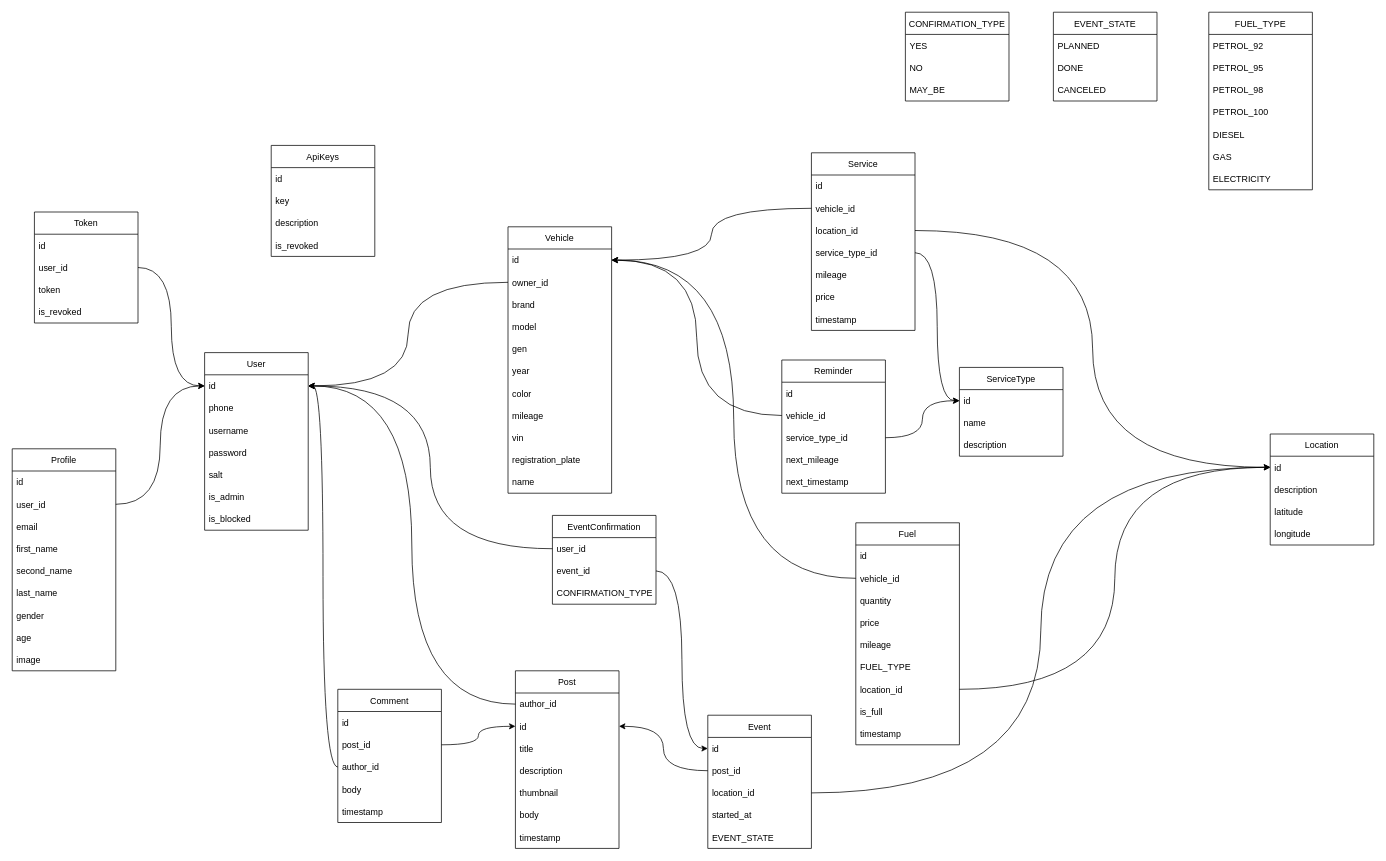
The draw.io diagram page "database models" (1 of 2) of schema.drawio in jadjer/mores, before the edit. Source tidied: cells renumbered, new cells numbered last; positions are measured from the earlier drawing's top-left corner, leaving out a move shared by most shapes. Both pictures are drawn from the tidied source at 74%, with x=0, y=0 at pixel (12, 12).
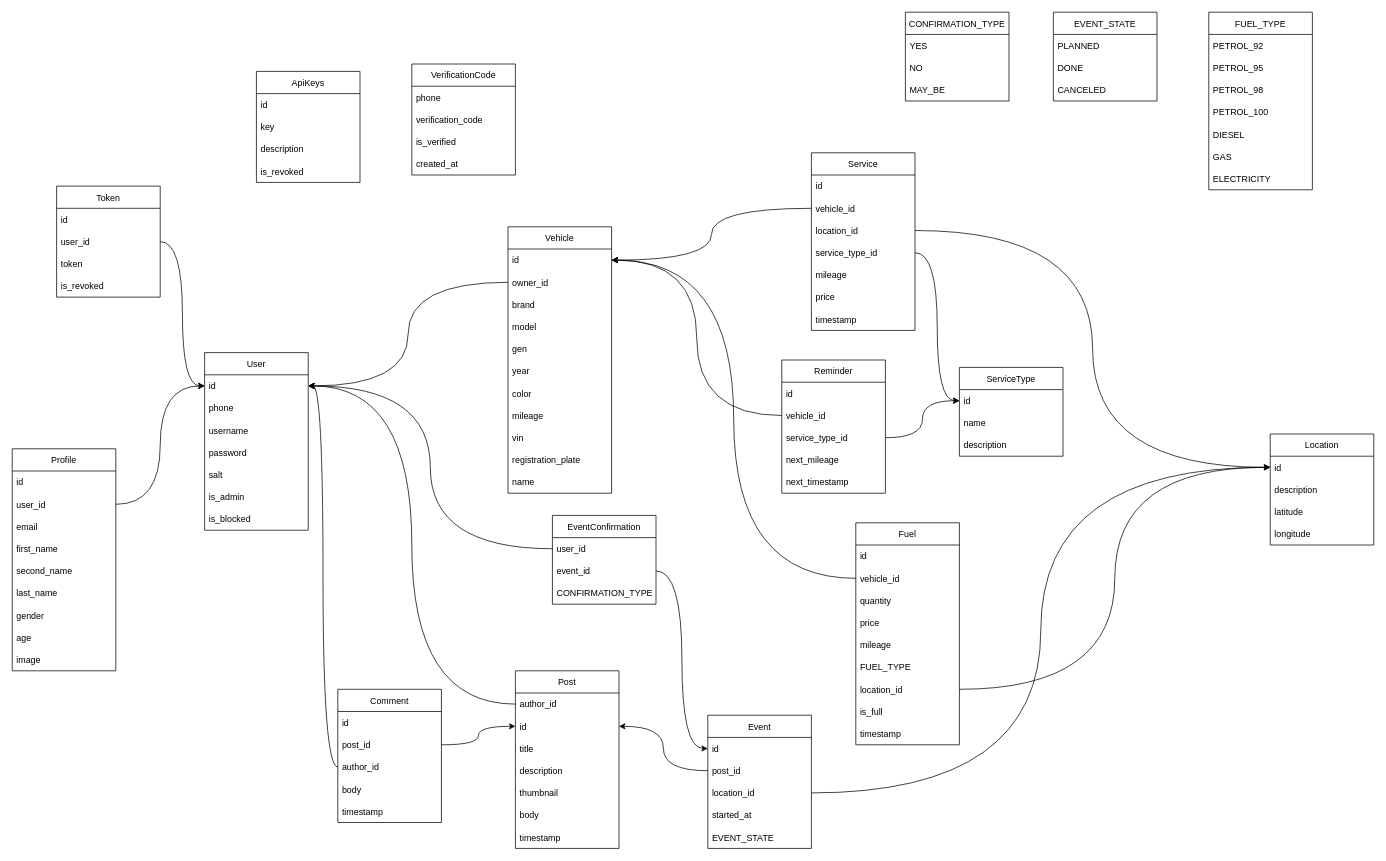
Above is the later version.

Diff of the diagram source:
```diff
@@
     <mxCell id="107" value="Token" style="swimlane;fontStyle=0;horizontal=1;startSize=30;" parent="1" vertex="1">
-      <mxGeometry x="30" y="270" width="140" height="150" as="geometry" />
+      <mxGeometry x="60" y="235" width="140" height="150" as="geometry" />
     </mxCell>
@@
     <mxCell id="116" value="ApiKeys" style="swimlane;fontStyle=0;horizontal=1;startSize=30;" parent="1" vertex="1">
-      <mxGeometry x="350" y="180" width="140" height="150" as="geometry" />
+      <mxGeometry x="330" y="80" width="140" height="150" as="geometry" />
     </mxCell>
@@
+    <mxCell id="132" value="VerificationCode" style="swimlane;fontStyle=0;horizontal=1;startSize=30;" parent="1" vertex="1">
+      <mxGeometry x="540" y="70" width="140" height="150" as="geometry" />
+    </mxCell>
+    <mxCell id="133" value="phone" style="text;strokeColor=none;fillColor=none;align=left;verticalAlign=middle;spacingLeft=4;spacingRight=4;overflow=hidden;" parent="132" vertex="1">
+      <mxGeometry y="30" width="140" height="30" as="geometry" />
+    </mxCell>
+    <mxCell id="134" value="verification_code" style="text;strokeColor=none;fillColor=none;align=left;verticalAlign=middle;spacingLeft=4;spacingRight=4;overflow=hidden;" parent="132" vertex="1">
+      <mxGeometry y="60" width="140" height="30" as="geometry" />
+    </mxCell>
+    <mxCell id="135" value="is_verified" style="text;strokeColor=none;fillColor=none;align=left;verticalAlign=middle;spacingLeft=4;spacingRight=4;overflow=hidden;" parent="132" vertex="1">
+      <mxGeometry y="90" width="140" height="30" as="geometry" />
+    </mxCell>
+    <mxCell id="136" value="created_at" style="text;strokeColor=none;fillColor=none;align=left;verticalAlign=middle;spacingLeft=4;spacingRight=4;overflow=hidden;" parent="132" vertex="1">
+      <mxGeometry y="120" width="140" height="30" as="geometry" />
+    </mxCell>
```
